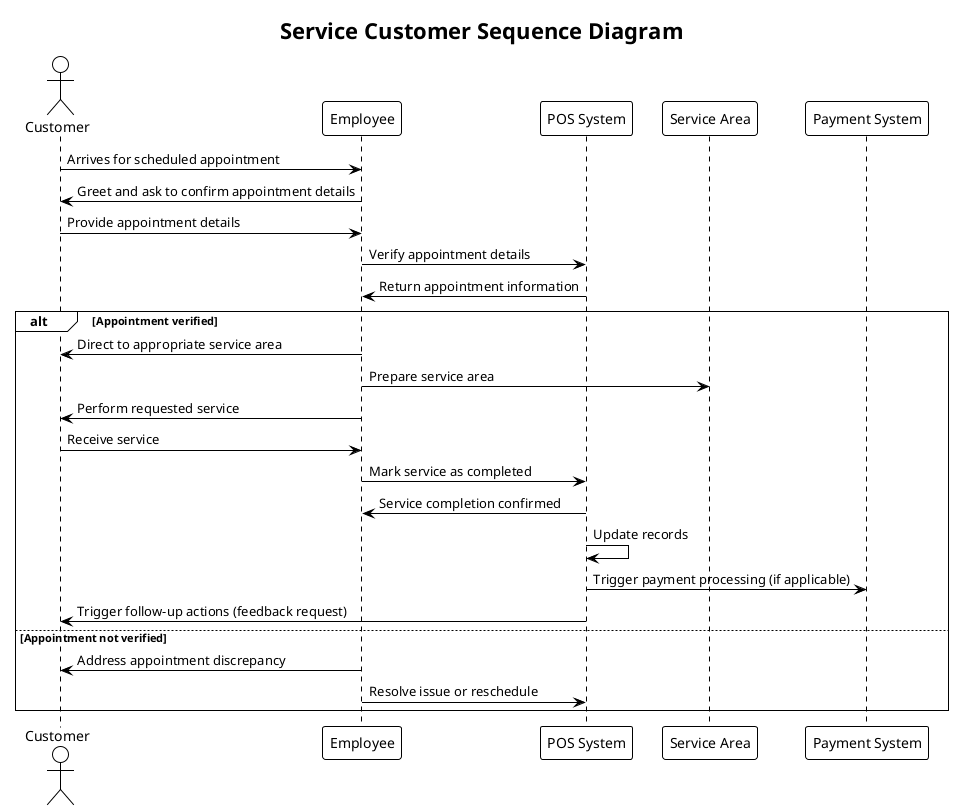
The PlantUML diagram docs/ps-design/design-document/images/diagrams/services/service_customer_sequence.png in user5427/ps-design, before a commit. Its diagram source:
```plantuml
@startuml service_customer_sequence
!theme plain
title Service Customer Sequence Diagram

actor Customer
participant Employee
participant "POS System" as POS
participant "Service Area" as Service
participant "Payment System" as Payment

Customer -> Employee: Arrives for scheduled appointment
Employee -> Customer: Greet and ask to confirm appointment details
Customer -> Employee: Provide appointment details
Employee -> POS: Verify appointment details
POS -> Employee: Return appointment information

alt Appointment verified
  Employee -> Customer: Direct to appropriate service area
  Employee -> Service: Prepare service area
  Employee -> Customer: Perform requested service
  Customer -> Employee: Receive service
  Employee -> POS: Mark service as completed
  POS -> Employee: Service completion confirmed
  POS -> POS: Update records
  POS -> Payment: Trigger payment processing (if applicable)
  POS -> Customer: Trigger follow-up actions (feedback request)
else Appointment not verified
  Employee -> Customer: Address appointment discrepancy
  Employee -> POS: Resolve issue or reschedule
end

@enduml
```
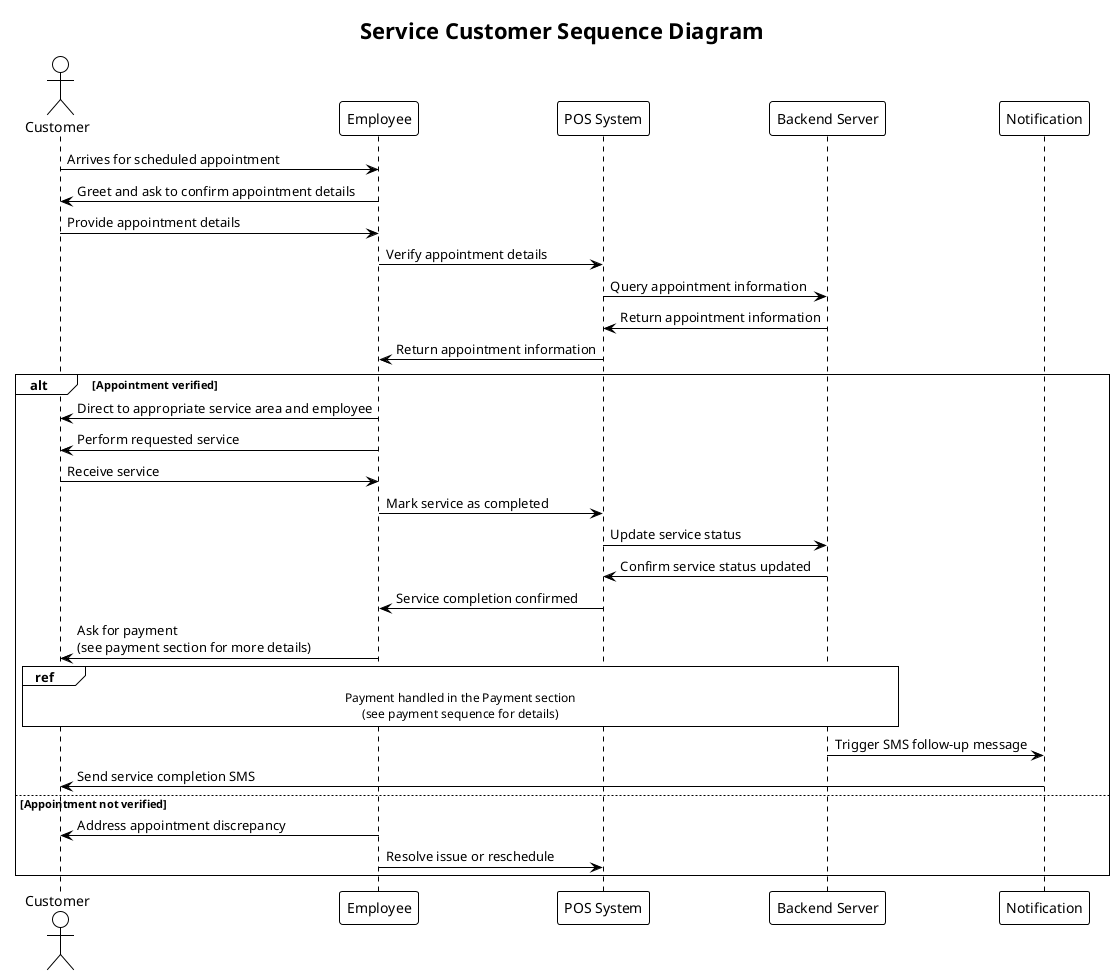
After the change.

Diff of the diagram source:
```diff
@@ -5,25 +5,28 @@
 actor Customer
 participant Employee
 participant "POS System" as POS
-participant "Service Area" as Service
-participant "Payment System" as Payment
+participant "Backend Server" as Backend
 
 Customer -> Employee: Arrives for scheduled appointment
 Employee -> Customer: Greet and ask to confirm appointment details
 Customer -> Employee: Provide appointment details
 Employee -> POS: Verify appointment details
+POS -> Backend: Query appointment information
+Backend -> POS: Return appointment information
 POS -> Employee: Return appointment information
 
 alt Appointment verified
-  Employee -> Customer: Direct to appropriate service area
-  Employee -> Service: Prepare service area
+  Employee -> Customer: Direct to appropriate service area and employee
   Employee -> Customer: Perform requested service
   Customer -> Employee: Receive service
   Employee -> POS: Mark service as completed
+  POS -> Backend: Update service status
+  Backend -> POS: Confirm service status updated
   POS -> Employee: Service completion confirmed
-  POS -> POS: Update records
-  POS -> Payment: Trigger payment processing (if applicable)
-  POS -> Customer: Trigger follow-up actions (feedback request)
+  Employee -> Customer: Ask for payment \n(see payment section for more details)
+  ref over Employee, POS, Backend, Customer: Payment handled in the Payment section\n(see payment sequence for details)
+  Backend -> Notification: Trigger SMS follow-up message
+  Notification -> Customer: Send service completion SMS
 else Appointment not verified
   Employee -> Customer: Address appointment discrepancy
   Employee -> POS: Resolve issue or reschedule
```
